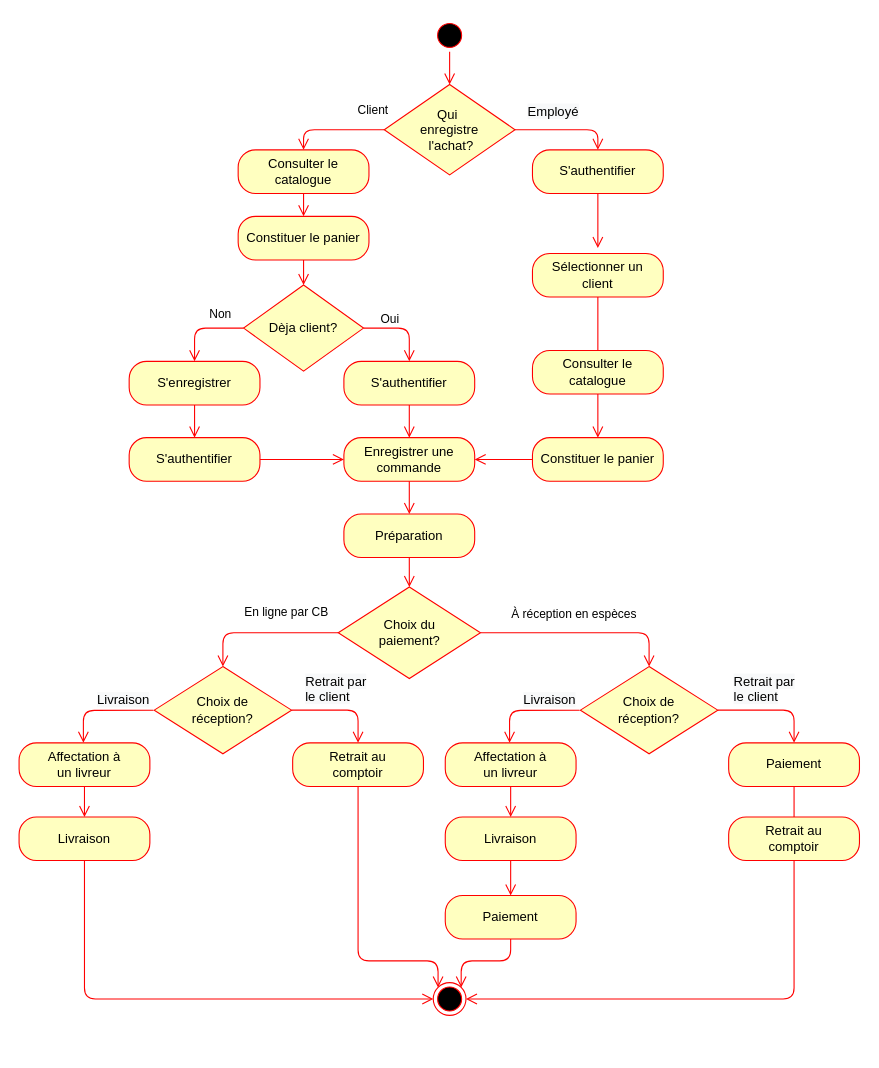
Earlier version of the draw.io diagram life cycle Diagram.drawio (Maayaavi/OC_Project_4). Source tidied: cells renumbered, new cells numbered last; positions are measured from the earlier drawing's top-left corner, leaving out a move shared by most shapes. Both pictures are drawn from the tidied source at 109%, with x=0, y=0 at pixel (19, 19).
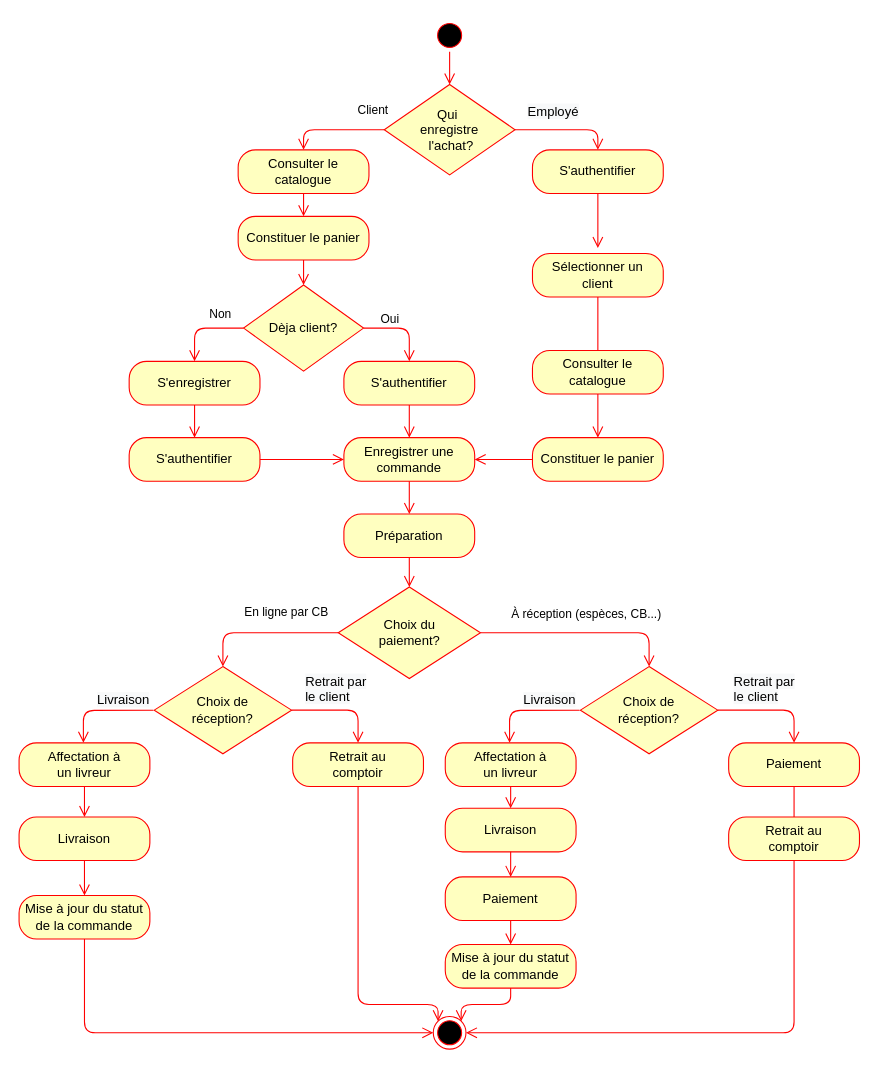
After the change.

Unchanged cells that the change refers to:
```xml
<mxCell id="27" value="Retrait au&lt;br&gt;comptoir" style="rounded=1;whiteSpace=wrap;html=1;arcSize=40;fontColor=#000000;fillColor=#ffffc0;strokeColor=#ff0000;" parent="1" vertex="1">
  <mxGeometry x="251" y="664" width="120" height="40" as="geometry" />
</mxCell>
<mxCell id="29" value="Livraison" style="rounded=1;whiteSpace=wrap;html=1;arcSize=40;fontColor=#000000;fillColor=#ffffc0;strokeColor=#ff0000;" parent="1" vertex="1">
  <mxGeometry y="732" width="120" height="40" as="geometry" />
</mxCell>
<mxCell id="39" value="Choix du &lt;br&gt;paiement?" style="rhombus;whiteSpace=wrap;html=1;fillColor=#ffffc0;strokeColor=#ff0000;" parent="1" vertex="1">
  <mxGeometry x="292.8" y="521" width="130.5" height="84" as="geometry" />
</mxCell>
<mxCell id="42" value="Choix de&lt;br&gt;réception?" style="rhombus;whiteSpace=wrap;html=1;fillColor=#ffffc0;strokeColor=#ff0000;" parent="1" vertex="1">
  <mxGeometry x="515" y="594" width="126" height="80" as="geometry" />
</mxCell>
<mxCell id="54" value="Retrait au&lt;br&gt;comptoir" style="rounded=1;whiteSpace=wrap;html=1;arcSize=40;fontColor=#000000;fillColor=#ffffc0;strokeColor=#ff0000;" parent="1" vertex="1">
  <mxGeometry x="651" y="732" width="120" height="40" as="geometry" />
</mxCell>
```

Change to the diagram source:
```diff
@@
     <mxCell id="28" style="edgeStyle=orthogonalEdgeStyle;html=1;verticalAlign=bottom;endArrow=open;endSize=8;strokeColor=#ff0000;exitX=0.5;exitY=1;exitDx=0;exitDy=0;entryX=0;entryY=0;entryDx=0;entryDy=0;" parent="1" edge="1" source="27" target="51">
       <mxGeometry relative="1" as="geometry">
         <Array as="points">
-          <mxPoint x="311" y="864" />
-          <mxPoint x="384" y="864" />
+          <mxPoint x="311" y="904" />
+          <mxPoint x="384" y="904" />
         </Array>
       </mxGeometry>
     </mxCell>
@@
-    <mxCell id="30" style="edgeStyle=orthogonalEdgeStyle;html=1;verticalAlign=bottom;endArrow=open;endSize=8;strokeColor=#ff0000;exitX=0.5;exitY=1;exitDx=0;exitDy=0;entryX=0;entryY=0.5;entryDx=0;entryDy=0;" parent="1" edge="1" source="29" target="51">
-      <mxGeometry relative="1" as="geometry">
-        <Array as="points">
-          <mxPoint x="60" y="899" />
-        </Array>
-      </mxGeometry>
+    <mxCell id="30" style="edgeStyle=orthogonalEdgeStyle;html=1;verticalAlign=bottom;endArrow=open;endSize=8;strokeColor=#ff0000;exitX=0.5;exitY=1;exitDx=0;exitDy=0;entryX=0.5;entryY=0;entryDx=0;entryDy=0;" parent="1" edge="1" source="29" target="58">
+      <mxGeometry relative="1" as="geometry" />
     </mxCell>
@@
-    <mxCell id="40" value="À réception en espèces" style="edgeStyle=orthogonalEdgeStyle;html=1;align=left;verticalAlign=bottom;endArrow=open;endSize=8;strokeColor=#ff0000;exitX=1;exitY=0.5;exitDx=0;exitDy=0;" parent="1" edge="1" source="39" target="42">
+    <mxCell id="40" value="À réception (espèces, CB...)" style="edgeStyle=orthogonalEdgeStyle;html=1;align=left;verticalAlign=bottom;endArrow=open;endSize=8;strokeColor=#ff0000;exitX=1;exitY=0.5;exitDx=0;exitDy=0;" parent="1" edge="1" source="39" target="42">
       <mxGeometry x="-0.71" y="8" relative="1" as="geometry">
         <Array as="points">
           <mxPoint x="578" y="563" />
         </Array>
       </mxGeometry>
     </mxCell>
@@
     <mxCell id="49" value="Livraison" style="rounded=1;whiteSpace=wrap;html=1;arcSize=40;fontColor=#000000;fillColor=#ffffc0;strokeColor=#ff0000;" parent="1" vertex="1">
-      <mxGeometry x="391" y="732" width="120" height="40" as="geometry" />
+      <mxGeometry x="391" y="724" width="120" height="40" as="geometry" />
     </mxCell>
     <mxCell id="50" style="edgeStyle=orthogonalEdgeStyle;html=1;verticalAlign=bottom;endArrow=open;endSize=8;strokeColor=#ff0000;exitX=0.5;exitY=1;exitDx=0;exitDy=0;entryX=0.5;entryY=0;entryDx=0;entryDy=0;" parent="1" edge="1" source="49" target="52">
-      <mxGeometry relative="1" as="geometry">
-        <Array as="points">
-          <mxPoint x="451" y="804" />
-          <mxPoint x="451" y="804" />
-        </Array>
-      </mxGeometry>
+      <mxGeometry relative="1" as="geometry" />
     </mxCell>
     <mxCell id="51" style="ellipse;html=1;shape=endState;fillColor=#000000;strokeColor=#ff0000;" parent="1" vertex="1">
-      <mxGeometry x="380" y="884" width="30" height="30" as="geometry" />
+      <mxGeometry x="380" y="915" width="30" height="30" as="geometry" />
     </mxCell>
     <mxCell id="52" value="Paiement" style="rounded=1;whiteSpace=wrap;html=1;arcSize=40;fontColor=#000000;fillColor=#ffffc0;strokeColor=#ff0000;" parent="1" vertex="1">
-      <mxGeometry x="391" y="804" width="120" height="40" as="geometry" />
+      <mxGeometry x="391" y="787" width="120" height="40" as="geometry" />
     </mxCell>
-    <mxCell id="53" style="edgeStyle=orthogonalEdgeStyle;html=1;verticalAlign=bottom;endArrow=open;endSize=8;strokeColor=#ff0000;entryX=1;entryY=0;entryDx=0;entryDy=0;" parent="1" edge="1" source="52" target="51">
-      <mxGeometry relative="1" as="geometry">
-        <Array as="points">
-          <mxPoint x="451" y="864" />
-          <mxPoint x="406" y="864" />
-        </Array>
-      </mxGeometry>
+    <mxCell id="53" style="edgeStyle=orthogonalEdgeStyle;html=1;verticalAlign=bottom;endArrow=open;endSize=8;strokeColor=#ff0000;entryX=0.5;entryY=0;entryDx=0;entryDy=0;" parent="1" edge="1" source="52" target="60">
+      <mxGeometry relative="1" as="geometry" />
     </mxCell>
@@
     <mxCell id="55" style="edgeStyle=orthogonalEdgeStyle;html=1;verticalAlign=bottom;endArrow=open;endSize=8;strokeColor=#ff0000;entryX=1;entryY=0.5;entryDx=0;entryDy=0;" parent="1" edge="1" source="54" target="51">
       <mxGeometry relative="1" as="geometry">
         <Array as="points">
-          <mxPoint x="711" y="899" />
+          <mxPoint x="711" y="930" />
         </Array>
       </mxGeometry>
     </mxCell>
@@
+    <mxCell id="58" value="Mise à jour du statut de la commande" style="rounded=1;whiteSpace=wrap;html=1;arcSize=40;fontColor=#000000;fillColor=#ffffc0;strokeColor=#ff0000;" parent="1" vertex="1">
+      <mxGeometry y="804" width="120" height="40" as="geometry" />
+    </mxCell>
+    <mxCell id="59" style="edgeStyle=orthogonalEdgeStyle;html=1;verticalAlign=bottom;endArrow=open;endSize=8;strokeColor=#ff0000;entryX=0;entryY=0.5;entryDx=0;entryDy=0;" parent="1" edge="1" source="58" target="51">
+      <mxGeometry relative="1" as="geometry">
+        <Array as="points">
+          <mxPoint x="60" y="930" />
+        </Array>
+      </mxGeometry>
+    </mxCell>
+    <mxCell id="60" value="Mise à jour du statut de la commande" style="rounded=1;whiteSpace=wrap;html=1;arcSize=40;fontColor=#000000;fillColor=#ffffc0;strokeColor=#ff0000;" parent="1" vertex="1">
+      <mxGeometry x="391" y="849" width="120" height="40" as="geometry" />
+    </mxCell>
+    <mxCell id="61" style="edgeStyle=orthogonalEdgeStyle;html=1;verticalAlign=bottom;endArrow=open;endSize=8;strokeColor=#ff0000;entryX=1;entryY=0;entryDx=0;entryDy=0;" parent="1" edge="1" source="60" target="51">
+      <mxGeometry relative="1" as="geometry">
+        <Array as="points">
+          <mxPoint x="451" y="904" />
+          <mxPoint x="406" y="904" />
+        </Array>
+      </mxGeometry>
+    </mxCell>
```
